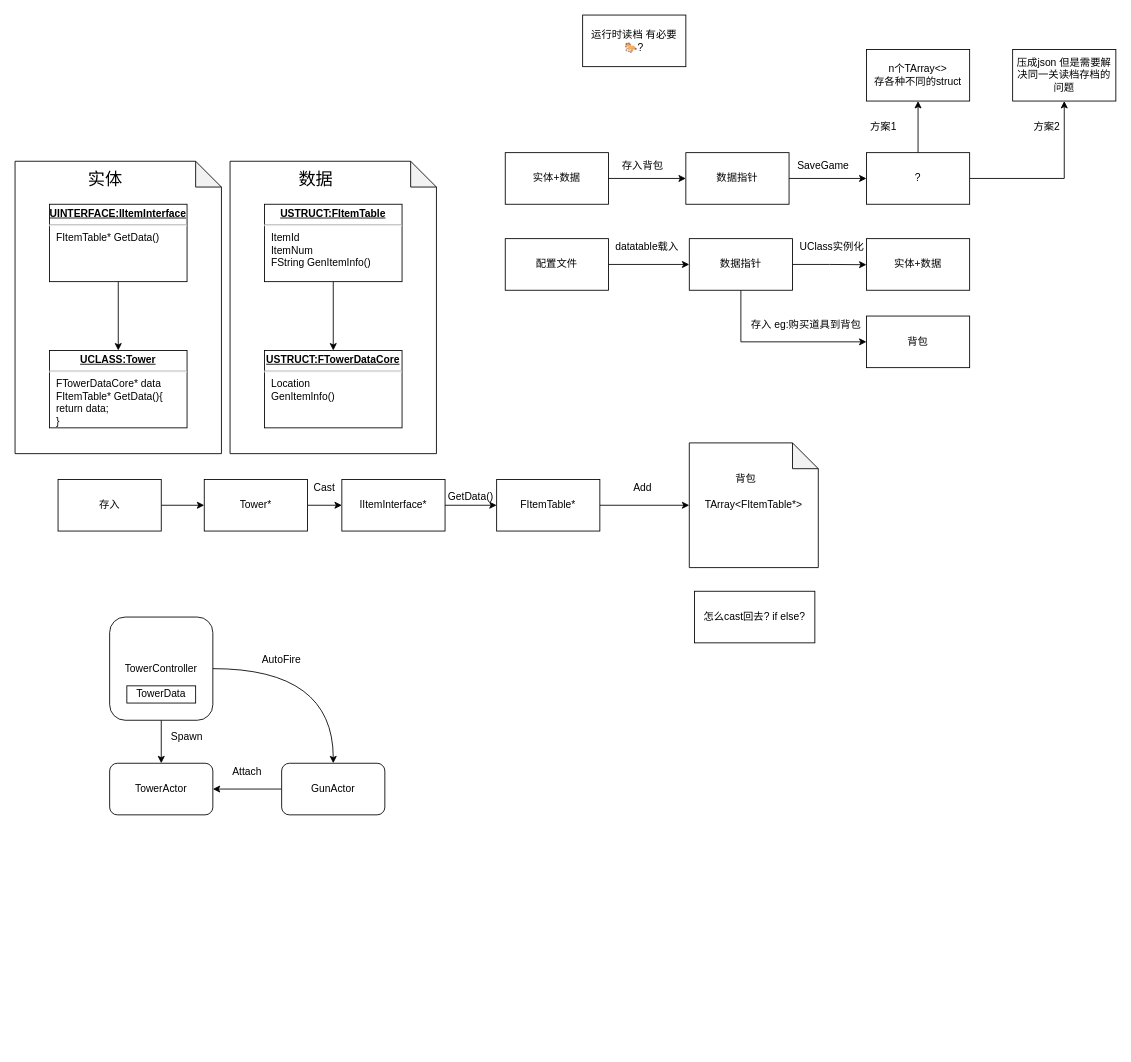
Yuandiaodiaodiao/UE4-startup keeps this draw.io diagram as Doc/bag.drawio. Above is the earlier version. Source tidied: cells renumbered, new cells numbered last; positions are measured from the earlier drawing's top-left corner, leaving out a move shared by most shapes. Both pictures are drawn from the tidied source at 86%, with x=0, y=0 at pixel (15, 15).
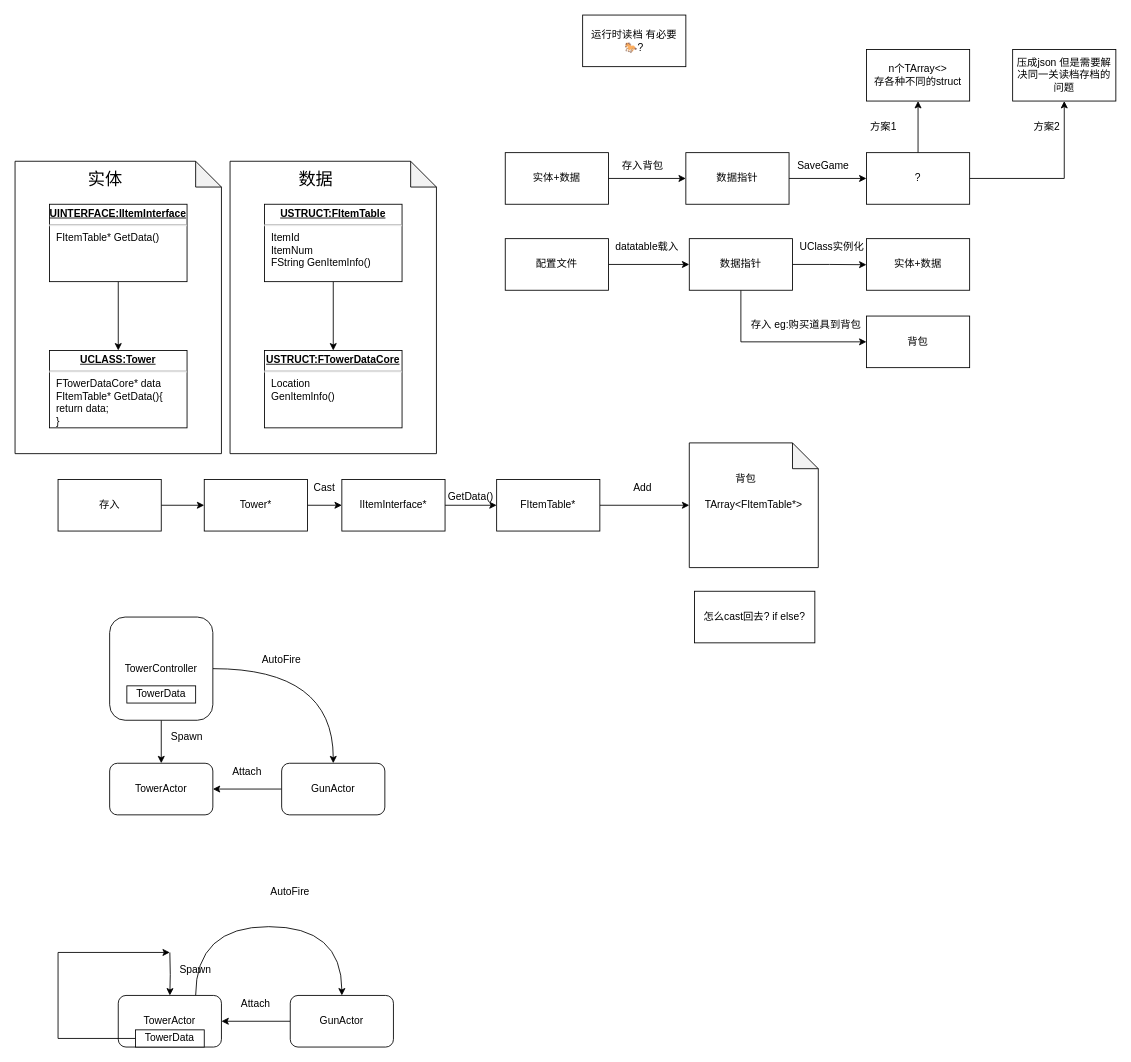
After the change.

Diff of the diagram source:
```diff
@@
+    <mxCell id="60" style="edgeStyle=orthogonalEdgeStyle;rounded=0;jettySize=auto;html=1;" parent="1" edge="1" target="62">
+      <mxGeometry relative="1" as="geometry">
+        <mxPoint x="180" y="1090" as="sourcePoint" />
+      </mxGeometry>
+    </mxCell>
+    <mxCell id="61" style="edgeStyle=orthogonalEdgeStyle;rounded=0;jettySize=auto;html=1;exitX=0.75;exitY=0;exitDx=0;exitDy=0;entryX=0.5;entryY=0;entryDx=0;entryDy=0;curved=1;" parent="1" edge="1" source="62" target="64">
+      <mxGeometry relative="1" as="geometry">
+        <Array as="points">
+          <mxPoint x="210" y="1060" />
+          <mxPoint x="380" y="1060" />
+        </Array>
+      </mxGeometry>
+    </mxCell>
+    <mxCell id="62" value="TowerActor" style="rounded=1;whiteSpace=wrap;html=1;" parent="1" vertex="1">
+      <mxGeometry x="120" y="1140" width="120" height="60" as="geometry" />
+    </mxCell>
+    <mxCell id="63" style="edgeStyle=orthogonalEdgeStyle;rounded=0;jettySize=auto;html=1;" parent="1" edge="1" source="64" target="62">
+      <mxGeometry relative="1" as="geometry" />
+    </mxCell>
+    <mxCell id="64" value="GunActor" style="rounded=1;whiteSpace=wrap;html=1;" parent="1" vertex="1">
+      <mxGeometry x="320" y="1140" width="120" height="60" as="geometry" />
+    </mxCell>
+    <mxCell id="65" value="Attach" style="text;html=1;strokeColor=none;fillColor=none;align=center;verticalAlign=middle;whiteSpace=wrap;rounded=0;" parent="1" vertex="1">
+      <mxGeometry x="260" y="1140" width="40" height="20" as="geometry" />
+    </mxCell>
+    <mxCell id="66" style="edgeStyle=orthogonalEdgeStyle;rounded=0;jettySize=auto;html=1;exitX=0;exitY=0.5;exitDx=0;exitDy=0;" parent="1" edge="1" source="67">
+      <mxGeometry relative="1" as="geometry">
+        <mxPoint x="180" y="1090" as="targetPoint" />
+        <Array as="points">
+          <mxPoint x="50" y="1190" />
+          <mxPoint x="50" y="1090" />
+        </Array>
+      </mxGeometry>
+    </mxCell>
+    <mxCell id="67" value="TowerData" style="rounded=0;whiteSpace=wrap;html=1;" parent="1" vertex="1">
+      <mxGeometry x="140" y="1180" width="80" height="20" as="geometry" />
+    </mxCell>
+    <mxCell id="68" value="Spawn" style="text;html=1;strokeColor=none;fillColor=none;align=center;verticalAlign=middle;whiteSpace=wrap;rounded=0;" parent="1" vertex="1">
+      <mxGeometry x="190" y="1100" width="40" height="20" as="geometry" />
+    </mxCell>
+    <mxCell id="69" value="AutoFire" style="text;html=1;strokeColor=none;fillColor=none;align=center;verticalAlign=middle;whiteSpace=wrap;rounded=0;" parent="1" vertex="1">
+      <mxGeometry x="300" y="1010" width="40" height="20" as="geometry" />
+    </mxCell>
```
